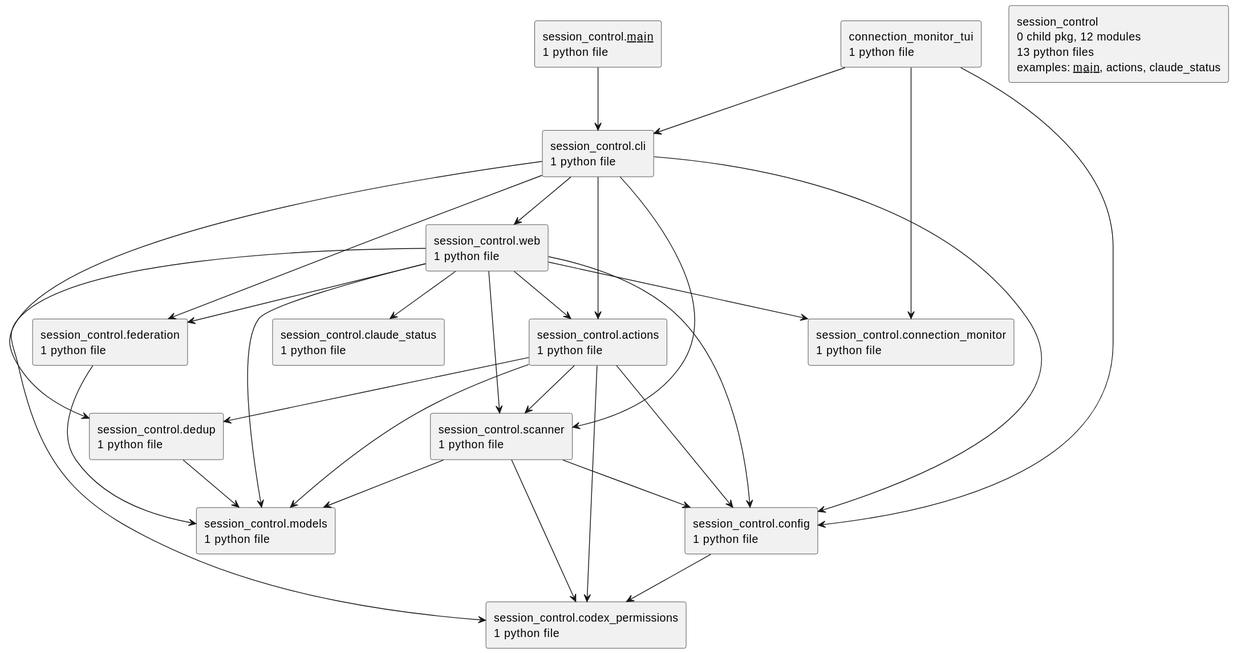
The PlantUML diagram docs/diagrams/python-packages.puml.svg in casonk/session-control, before a commit.
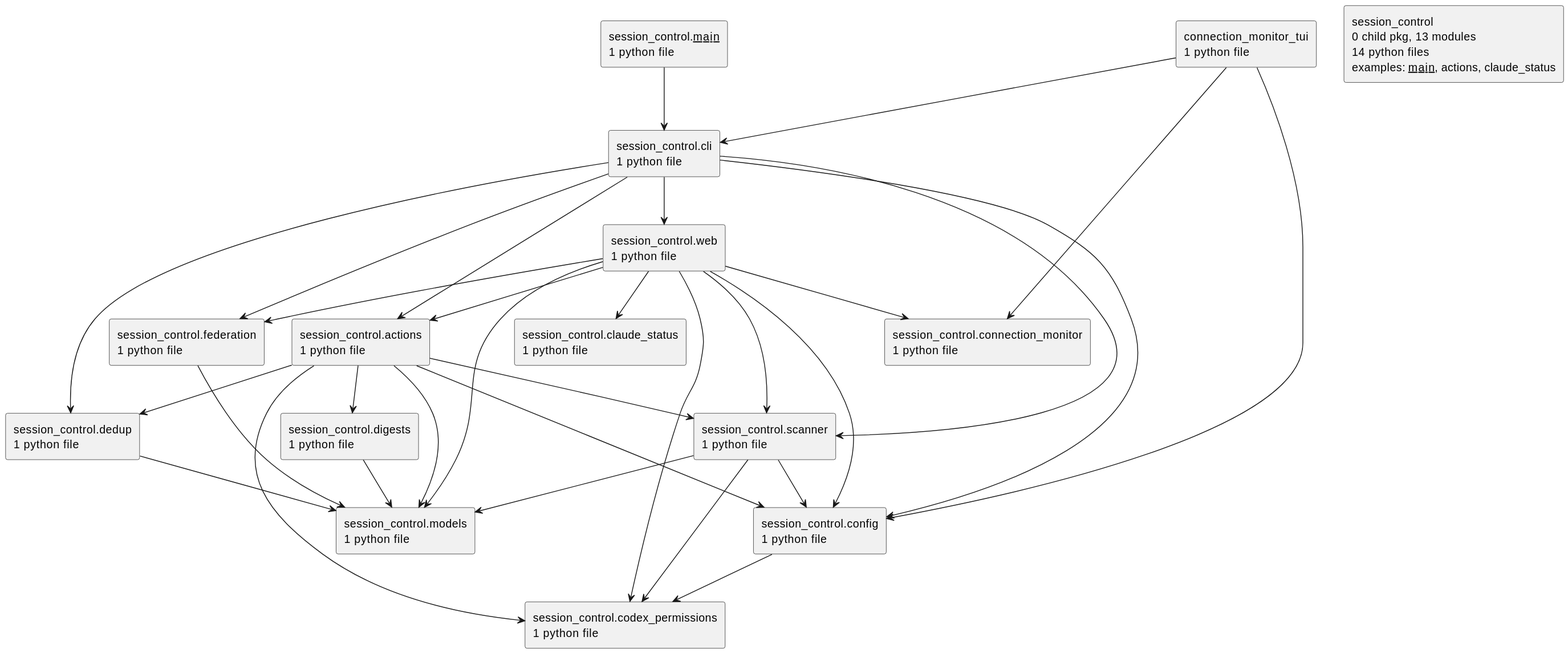
After the change.

Change to the diagram source:
```diff
@@ -3,7 +3,7 @@
 top to bottom direction
 skinparam componentStyle rectangle
 rectangle "connection_monitor_tui\n1 python file" as connection_monitor_tui
-rectangle "session_control\n0 child pkg, 12 modules\n13 python files\nexamples: __main__, actions, claude_status" as session_control
+rectangle "session_control\n0 child pkg, 13 modules\n14 python files\nexamples: __main__, actions, claude_status" as session_control
 rectangle "session_control.__main__\n1 python file" as session_control.__main__
 rectangle "session_control.actions\n1 python file" as session_control.actions
 rectangle "session_control.claude_status\n1 python file" as session_control.claude_status
@@ -12,6 +12,7 @@
 rectangle "session_control.config\n1 python file" as session_control.config
 rectangle "session_control.connection_monitor\n1 python file" as session_control.connection_monitor
 rectangle "session_control.dedup\n1 python file" as session_control.dedup
+rectangle "session_control.digests\n1 python file" as session_control.digests
 rectangle "session_control.federation\n1 python file" as session_control.federation
 rectangle "session_control.models\n1 python file" as session_control.models
 rectangle "session_control.scanner\n1 python file" as session_control.scanner
@@ -23,6 +24,7 @@
 session_control.actions --> session_control.codex_permissions
 session_control.actions --> session_control.config
 session_control.actions --> session_control.dedup
+session_control.actions --> session_control.digests
 session_control.actions --> session_control.models
 session_control.actions --> session_control.scanner
 session_control.cli --> session_control.actions
@@ -33,6 +35,7 @@
 session_control.cli --> session_control.web
 session_control.config --> session_control.codex_permissions
 session_control.dedup --> session_control.models
+session_control.digests --> session_control.models
 session_control.federation --> session_control.models
 session_control.scanner --> session_control.codex_permissions
 session_control.scanner --> session_control.config
```
